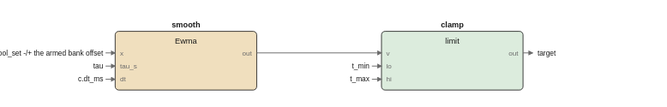
pstch/botanik2 keeps this draw.io diagram as images/logic/target_temp_fbd.drawio.svg. Above is the earlier version. Source tidied: cells renumbered, new cells last; positions are measured from the earlier drawing's top-left corner, leaving out a move shared by most shapes.
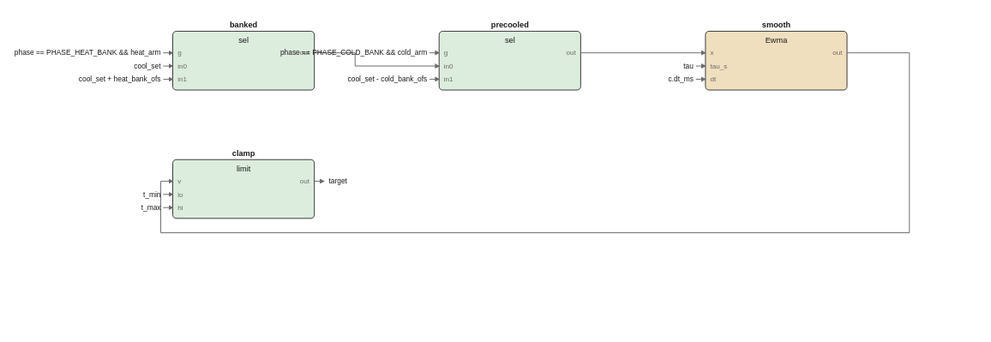
The same file after the commit.

What changed in the source:
```diff
@@ -2,22 +2,22 @@
   <root>
     <mxCell id="0" />
     <mxCell id="1" parent="0" />
-    <mxCell id="2" style="rounded=1;fillColor=#f0dfbe;strokeColor=#1a1a1a;whiteSpace=wrap;html=1;fontSize=8;" parent="1" vertex="1">
+    <mxCell id="2" style="rounded=1;fillColor=#dcecdd;strokeColor=#1a1a1a;whiteSpace=wrap;html=1;fontSize=8;" parent="1" vertex="1">
       <mxGeometry x="10" y="10" width="118" height="49" as="geometry" />
     </mxCell>
-    <mxCell id="3" value="smooth" style="text;html=1;fontSize=6;fontColor=#1a1a1a;align=center;fontStyle=1;" parent="1" vertex="1">
+    <mxCell id="3" value="banked" style="text;html=1;fontSize=6;fontColor=#1a1a1a;align=center;fontStyle=1;" parent="1" vertex="1">
       <mxGeometry x="69" y="0.4" width="40" height="10.6" as="geometry" />
     </mxCell>
-    <mxCell id="4" value="Ewma" style="text;html=1;fontSize=6;fontColor=#1a1a1a;align=center;" parent="1" vertex="1">
+    <mxCell id="4" value="sel" style="text;html=1;fontSize=6;fontColor=#1a1a1a;align=center;" parent="1" vertex="1">
       <mxGeometry x="69" y="13.4" width="40" height="10.6" as="geometry" />
     </mxCell>
-    <mxCell id="5" value="x" style="text;html=1;fontSize=5;fontColor=#6b6b6b;align=left;" parent="1" vertex="1">
+    <mxCell id="5" value="g" style="text;html=1;fontSize=5;fontColor=#6b6b6b;align=left;" parent="1" vertex="1">
       <mxGeometry x="14" y="24.2" width="40" height="9.8" as="geometry" />
     </mxCell>
-    <mxCell id="6" value="tau_s" style="text;html=1;fontSize=5;fontColor=#6b6b6b;align=left;" parent="1" vertex="1">
+    <mxCell id="6" value="in0" style="text;html=1;fontSize=5;fontColor=#6b6b6b;align=left;" parent="1" vertex="1">
       <mxGeometry x="14" y="35.2" width="40" height="9.8" as="geometry" />
     </mxCell>
-    <mxCell id="7" value="dt" style="text;html=1;fontSize=5;fontColor=#6b6b6b;align=left;" parent="1" vertex="1">
+    <mxCell id="7" value="in1" style="text;html=1;fontSize=5;fontColor=#6b6b6b;align=left;" parent="1" vertex="1">
       <mxGeometry x="14" y="46.2" width="40" height="9.8" as="geometry" />
     </mxCell>
     <mxCell id="8" value="out" style="text;html=1;fontSize=5;fontColor=#6b6b6b;align=left;" parent="1" vertex="1">
@@ -26,83 +26,183 @@
     <mxCell id="9" style="rounded=1;fillColor=#dcecdd;strokeColor=#1a1a1a;whiteSpace=wrap;html=1;fontSize=8;" parent="1" vertex="1">
       <mxGeometry x="232" y="10" width="118" height="49" as="geometry" />
     </mxCell>
-    <mxCell id="10" value="clamp" style="text;html=1;fontSize=6;fontColor=#1a1a1a;align=center;fontStyle=1;" parent="1" vertex="1">
-      <mxGeometry x="291" y="0.4" width="40" height="10.6" as="geometry" />
+    <mxCell id="10" value="precooled" style="text;html=1;fontSize=6;fontColor=#1a1a1a;align=center;fontStyle=1;" parent="1" vertex="1">
+      <mxGeometry x="291" y="0.4" width="45" height="10.6" as="geometry" />
     </mxCell>
-    <mxCell id="11" value="limit" style="text;html=1;fontSize=6;fontColor=#1a1a1a;align=center;" parent="1" vertex="1">
+    <mxCell id="11" value="sel" style="text;html=1;fontSize=6;fontColor=#1a1a1a;align=center;" parent="1" vertex="1">
       <mxGeometry x="291" y="13.4" width="40" height="10.6" as="geometry" />
     </mxCell>
-    <mxCell id="12" value="v" style="text;html=1;fontSize=5;fontColor=#6b6b6b;align=left;" parent="1" vertex="1">
+    <mxCell id="12" value="g" style="text;html=1;fontSize=5;fontColor=#6b6b6b;align=left;" parent="1" vertex="1">
       <mxGeometry x="236" y="24.2" width="40" height="9.8" as="geometry" />
     </mxCell>
-    <mxCell id="13" value="lo" style="text;html=1;fontSize=5;fontColor=#6b6b6b;align=left;" parent="1" vertex="1">
+    <mxCell id="13" value="in0" style="text;html=1;fontSize=5;fontColor=#6b6b6b;align=left;" parent="1" vertex="1">
       <mxGeometry x="236" y="35.2" width="40" height="9.8" as="geometry" />
     </mxCell>
-    <mxCell id="14" value="hi" style="text;html=1;fontSize=5;fontColor=#6b6b6b;align=left;" parent="1" vertex="1">
+    <mxCell id="14" value="in1" style="text;html=1;fontSize=5;fontColor=#6b6b6b;align=left;" parent="1" vertex="1">
       <mxGeometry x="236" y="46.2" width="40" height="9.8" as="geometry" />
     </mxCell>
     <mxCell id="15" value="out" style="text;html=1;fontSize=5;fontColor=#6b6b6b;align=left;" parent="1" vertex="1">
       <mxGeometry x="346" y="24.2" width="40" height="9.8" as="geometry" />
     </mxCell>
-    <mxCell id="16" style="edgeStyle=none;html=1;strokeColor=#6b6b6b;endArrow=block;" parent="1" edge="1">
-      <mxGeometry relative="1" as="geometry">
-        <mxPoint x="128" y="28" as="sourcePoint" />
-        <mxPoint x="232" y="28" as="targetPoint" />
-      </mxGeometry>
-    </mxCell>
+    <mxCell id="29" style="rounded=1;fillColor=#f0dfbe;strokeColor=#1a1a1a;whiteSpace=wrap;html=1;fontSize=8;" parent="1" vertex="1">
+      <mxGeometry x="454" y="10" width="118" height="49" as="geometry" />
+    </mxCell>
-    <mxCell id="17" value="cool_set -/+ the armed bank offset" style="text;html=1;fontSize=6;fontColor=#1a1a1a;align=left;" parent="1" vertex="1">
-      <mxGeometry y="24" width="170" height="10" as="geometry" />
+    <mxCell id="17" value="smooth" style="text;html=1;fontSize=6;fontColor=#1a1a1a;align=center;fontStyle=1;" parent="1" vertex="1">
+      <mxGeometry x="513" y="0.4" width="40" height="10.6" as="geometry" />
     </mxCell>
-    <mxCell id="18" style="edgeStyle=none;html=1;strokeColor=#6b6b6b;endArrow=block;" parent="1" edge="1">
-      <mxGeometry relative="1" as="geometry">
-        <mxPoint x="2" y="28" as="sourcePoint" />
-        <mxPoint x="10" y="28" as="targetPoint" />
-      </mxGeometry>
-    </mxCell>
+    <mxCell id="30" value="Ewma" style="text;html=1;fontSize=6;fontColor=#1a1a1a;align=center;" parent="1" vertex="1">
+      <mxGeometry x="513" y="13.4" width="40" height="10.6" as="geometry" />
+    </mxCell>
-    <mxCell id="19" value="tau" style="text;html=1;fontSize=6;fontColor=#1a1a1a;align=left;" parent="1" vertex="1">
-      <mxGeometry y="35" width="40" height="10" as="geometry" />
+    <mxCell id="19" value="x" style="text;html=1;fontSize=5;fontColor=#6b6b6b;align=left;" parent="1" vertex="1">
+      <mxGeometry x="458" y="24.2" width="40" height="9.8" as="geometry" />
     </mxCell>
-    <mxCell id="20" style="edgeStyle=none;html=1;strokeColor=#6b6b6b;endArrow=block;" parent="1" edge="1">
-      <mxGeometry relative="1" as="geometry">
-        <mxPoint x="2" y="39" as="sourcePoint" />
-        <mxPoint x="10" y="39" as="targetPoint" />
-      </mxGeometry>
-    </mxCell>
+    <mxCell id="31" value="tau_s" style="text;html=1;fontSize=5;fontColor=#6b6b6b;align=left;" parent="1" vertex="1">
+      <mxGeometry x="458" y="35.2" width="40" height="9.8" as="geometry" />
+    </mxCell>
-    <mxCell id="21" value="c.dt_ms" style="text;html=1;fontSize=6;fontColor=#1a1a1a;align=left;" parent="1" vertex="1">
-      <mxGeometry y="46" width="40" height="10" as="geometry" />
+    <mxCell id="21" value="dt" style="text;html=1;fontSize=5;fontColor=#6b6b6b;align=left;" parent="1" vertex="1">
+      <mxGeometry x="458" y="46.2" width="40" height="9.8" as="geometry" />
     </mxCell>
-    <mxCell id="22" style="edgeStyle=none;html=1;strokeColor=#6b6b6b;endArrow=block;" parent="1" edge="1">
-      <mxGeometry relative="1" as="geometry">
-        <mxPoint x="2" y="50" as="sourcePoint" />
-        <mxPoint x="10" y="50" as="targetPoint" />
-      </mxGeometry>
-    </mxCell>
+    <mxCell id="32" value="out" style="text;html=1;fontSize=5;fontColor=#6b6b6b;align=left;" parent="1" vertex="1">
+      <mxGeometry x="568" y="24.2" width="40" height="9.8" as="geometry" />
+    </mxCell>
-    <mxCell id="23" value="t_min" style="text;html=1;fontSize=6;fontColor=#1a1a1a;align=left;" parent="1" vertex="1">
-      <mxGeometry x="222" y="35" width="40" height="10" as="geometry" />
+    <mxCell id="23" style="rounded=1;fillColor=#dcecdd;strokeColor=#1a1a1a;whiteSpace=wrap;html=1;fontSize=8;" parent="1" vertex="1">
+      <mxGeometry x="10" y="117" width="118" height="49" as="geometry" />
     </mxCell>
-    <mxCell id="24" style="edgeStyle=none;html=1;strokeColor=#6b6b6b;endArrow=block;" parent="1" edge="1">
-      <mxGeometry relative="1" as="geometry">
-        <mxPoint x="224" y="39" as="sourcePoint" />
-        <mxPoint x="232" y="39" as="targetPoint" />
-      </mxGeometry>
-    </mxCell>
+    <mxCell id="33" value="clamp" style="text;html=1;fontSize=6;fontColor=#1a1a1a;align=center;fontStyle=1;" parent="1" vertex="1">
+      <mxGeometry x="69" y="107.4" width="40" height="10.6" as="geometry" />
+    </mxCell>
-    <mxCell id="25" value="t_max" style="text;html=1;fontSize=6;fontColor=#1a1a1a;align=left;" parent="1" vertex="1">
-      <mxGeometry x="222" y="46" width="40" height="10" as="geometry" />
+    <mxCell id="25" value="limit" style="text;html=1;fontSize=6;fontColor=#1a1a1a;align=center;" parent="1" vertex="1">
+      <mxGeometry x="69" y="120.4" width="40" height="10.6" as="geometry" />
     </mxCell>
-    <mxCell id="26" style="edgeStyle=none;html=1;strokeColor=#6b6b6b;endArrow=block;" parent="1" edge="1">
-      <mxGeometry relative="1" as="geometry">
-        <mxPoint x="224" y="50" as="sourcePoint" />
-        <mxPoint x="232" y="50" as="targetPoint" />
-      </mxGeometry>
-    </mxCell>
-    <mxCell id="27" style="edgeStyle=none;html=1;strokeColor=#6b6b6b;endArrow=block;" parent="1" edge="1">
-      <mxGeometry relative="1" as="geometry">
-        <mxPoint x="350" y="28" as="sourcePoint" />
-        <mxPoint x="358" y="28" as="targetPoint" />
-      </mxGeometry>
-    </mxCell>
+    <mxCell id="34" value="v" style="text;html=1;fontSize=5;fontColor=#6b6b6b;align=left;" parent="1" vertex="1">
+      <mxGeometry x="14" y="131.2" width="40" height="9.8" as="geometry" />
+    </mxCell>
+    <mxCell id="35" value="lo" style="text;html=1;fontSize=5;fontColor=#6b6b6b;align=left;" parent="1" vertex="1">
+      <mxGeometry x="14" y="142.2" width="40" height="9.8" as="geometry" />
+    </mxCell>
-    <mxCell id="28" value="target" style="text;html=1;fontSize=6;fontColor=#1a1a1a;align=left;" parent="1" vertex="1">
-      <mxGeometry x="362" y="24" width="40" height="10" as="geometry" />
+    <mxCell id="28" value="hi" style="text;html=1;fontSize=5;fontColor=#6b6b6b;align=left;" parent="1" vertex="1">
+      <mxGeometry x="14" y="153.2" width="40" height="9.8" as="geometry" />
     </mxCell>
+    <mxCell id="36" value="out" style="text;html=1;fontSize=5;fontColor=#6b6b6b;align=left;" parent="1" vertex="1">
+      <mxGeometry x="124" y="131.2" width="40" height="9.8" as="geometry" />
+    </mxCell>
+    <mxCell id="37" style="edgeStyle=none;html=1;strokeColor=#6b6b6b;endArrow=block;" parent="1" edge="1">
+      <mxGeometry relative="1" as="geometry">
+        <mxPoint x="128" y="28" as="sourcePoint" />
+        <mxPoint x="232" y="39" as="targetPoint" />
+        <Array as="points">
+          <mxPoint x="162" y="28" />
+          <mxPoint x="162" y="39" />
+        </Array>
+      </mxGeometry>
+    </mxCell>
+    <mxCell id="38" style="edgeStyle=none;html=1;strokeColor=#6b6b6b;endArrow=block;" parent="1" edge="1">
+      <mxGeometry relative="1" as="geometry">
+        <mxPoint x="350" y="28" as="sourcePoint" />
+        <mxPoint x="454" y="28" as="targetPoint" />
+      </mxGeometry>
+    </mxCell>
+    <mxCell id="39" style="edgeStyle=none;html=1;strokeColor=#6b6b6b;endArrow=block;" parent="1" edge="1">
+      <mxGeometry relative="1" as="geometry">
+        <mxPoint x="572" y="28" as="sourcePoint" />
+        <mxPoint x="10" y="135" as="targetPoint" />
+        <Array as="points">
+          <mxPoint x="624" y="28" />
+          <mxPoint x="624" y="178" />
+          <mxPoint y="178" />
+          <mxPoint y="135" />
+        </Array>
+      </mxGeometry>
+    </mxCell>
+    <mxCell id="40" value="phase == PHASE_HEAT_BANK &amp;&amp; heat_arm" style="text;html=1;fontSize=6;fontColor=#1a1a1a;align=left;" parent="1" vertex="1">
+      <mxGeometry y="24" width="180" height="10" as="geometry" />
+    </mxCell>
+    <mxCell id="41" style="edgeStyle=none;html=1;strokeColor=#6b6b6b;endArrow=block;" parent="1" edge="1">
+      <mxGeometry relative="1" as="geometry">
+        <mxPoint x="2" y="28" as="sourcePoint" />
+        <mxPoint x="10" y="28" as="targetPoint" />
+      </mxGeometry>
+    </mxCell>
+    <mxCell id="42" value="cool_set" style="text;html=1;fontSize=6;fontColor=#1a1a1a;align=left;" parent="1" vertex="1">
+      <mxGeometry y="35" width="40" height="10" as="geometry" />
+    </mxCell>
+    <mxCell id="43" style="edgeStyle=none;html=1;strokeColor=#6b6b6b;endArrow=block;" parent="1" edge="1">
+      <mxGeometry relative="1" as="geometry">
+        <mxPoint x="2" y="39" as="sourcePoint" />
+        <mxPoint x="10" y="39" as="targetPoint" />
+      </mxGeometry>
+    </mxCell>
+    <mxCell id="44" value="cool_set + heat_bank_ofs" style="text;html=1;fontSize=6;fontColor=#1a1a1a;align=left;" parent="1" vertex="1">
+      <mxGeometry y="46" width="120" height="10" as="geometry" />
+    </mxCell>
+    <mxCell id="45" style="edgeStyle=none;html=1;strokeColor=#6b6b6b;endArrow=block;" parent="1" edge="1">
+      <mxGeometry relative="1" as="geometry">
+        <mxPoint x="2" y="50" as="sourcePoint" />
+        <mxPoint x="10" y="50" as="targetPoint" />
+      </mxGeometry>
+    </mxCell>
+    <mxCell id="46" value="phase == PHASE_COLD_BANK &amp;&amp; cold_arm" style="text;html=1;fontSize=6;fontColor=#1a1a1a;align=left;" parent="1" vertex="1">
+      <mxGeometry x="222" y="24" width="180" height="10" as="geometry" />
+    </mxCell>
+    <mxCell id="47" style="edgeStyle=none;html=1;strokeColor=#6b6b6b;endArrow=block;" parent="1" edge="1">
+      <mxGeometry relative="1" as="geometry">
+        <mxPoint x="224" y="28" as="sourcePoint" />
+        <mxPoint x="232" y="28" as="targetPoint" />
+      </mxGeometry>
+    </mxCell>
+    <mxCell id="48" value="cool_set - cold_bank_ofs" style="text;html=1;fontSize=6;fontColor=#1a1a1a;align=left;" parent="1" vertex="1">
+      <mxGeometry x="222" y="46" width="120" height="10" as="geometry" />
+    </mxCell>
+    <mxCell id="49" style="edgeStyle=none;html=1;strokeColor=#6b6b6b;endArrow=block;" parent="1" edge="1">
+      <mxGeometry relative="1" as="geometry">
+        <mxPoint x="224" y="50" as="sourcePoint" />
+        <mxPoint x="232" y="50" as="targetPoint" />
+      </mxGeometry>
+    </mxCell>
+    <mxCell id="50" value="tau" style="text;html=1;fontSize=6;fontColor=#1a1a1a;align=left;" parent="1" vertex="1">
+      <mxGeometry x="444" y="35" width="40" height="10" as="geometry" />
+    </mxCell>
+    <mxCell id="51" style="edgeStyle=none;html=1;strokeColor=#6b6b6b;endArrow=block;" parent="1" edge="1">
+      <mxGeometry relative="1" as="geometry">
+        <mxPoint x="446" y="39" as="sourcePoint" />
+        <mxPoint x="454" y="39" as="targetPoint" />
+      </mxGeometry>
+    </mxCell>
+    <mxCell id="52" value="c.dt_ms" style="text;html=1;fontSize=6;fontColor=#1a1a1a;align=left;" parent="1" vertex="1">
+      <mxGeometry x="444" y="46" width="40" height="10" as="geometry" />
+    </mxCell>
+    <mxCell id="53" style="edgeStyle=none;html=1;strokeColor=#6b6b6b;endArrow=block;" parent="1" edge="1">
+      <mxGeometry relative="1" as="geometry">
+        <mxPoint x="446" y="50" as="sourcePoint" />
+        <mxPoint x="454" y="50" as="targetPoint" />
+      </mxGeometry>
+    </mxCell>
+    <mxCell id="54" value="t_min" style="text;html=1;fontSize=6;fontColor=#1a1a1a;align=left;" parent="1" vertex="1">
+      <mxGeometry y="142" width="40" height="10" as="geometry" />
+    </mxCell>
+    <mxCell id="55" style="edgeStyle=none;html=1;strokeColor=#6b6b6b;endArrow=block;" parent="1" edge="1">
+      <mxGeometry relative="1" as="geometry">
+        <mxPoint x="2" y="146" as="sourcePoint" />
+        <mxPoint x="10" y="146" as="targetPoint" />
+      </mxGeometry>
+    </mxCell>
+    <mxCell id="56" value="t_max" style="text;html=1;fontSize=6;fontColor=#1a1a1a;align=left;" parent="1" vertex="1">
+      <mxGeometry y="153" width="40" height="10" as="geometry" />
+    </mxCell>
+    <mxCell id="57" style="edgeStyle=none;html=1;strokeColor=#6b6b6b;endArrow=block;" parent="1" edge="1">
+      <mxGeometry relative="1" as="geometry">
+        <mxPoint x="2" y="157" as="sourcePoint" />
+        <mxPoint x="10" y="157" as="targetPoint" />
+      </mxGeometry>
+    </mxCell>
+    <mxCell id="58" style="edgeStyle=none;html=1;strokeColor=#6b6b6b;endArrow=block;" parent="1" edge="1">
+      <mxGeometry relative="1" as="geometry">
+        <mxPoint x="128" y="135" as="sourcePoint" />
+        <mxPoint x="136" y="135" as="targetPoint" />
+      </mxGeometry>
+    </mxCell>
+    <mxCell id="59" value="target" style="text;html=1;fontSize=6;fontColor=#1a1a1a;align=left;" parent="1" vertex="1">
+      <mxGeometry x="140" y="131" width="40" height="10" as="geometry" />
+    </mxCell>
   </root>
 </mxGraphModel>
```
